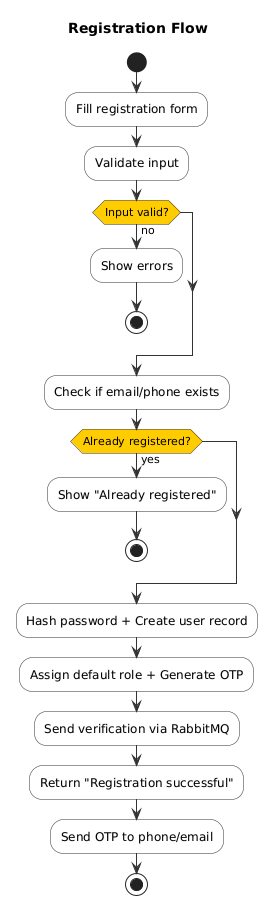
Before: modules/auth/images/activity/registration-activity.png, a diagram exported from PlantUML (namnh240795/document).
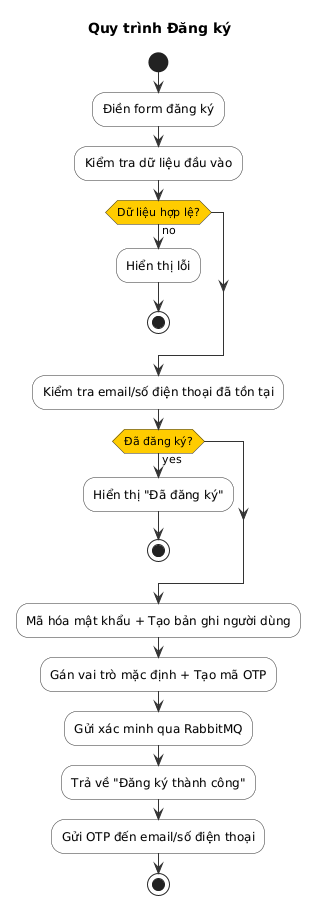
Above is the later version.

Diff of the diagram source:
```diff
@@ -8,35 +8,35 @@
   DiamondBorderColor #333333
 }
 
-title Registration Flow
+title Quy trình Đăng ký
 
 start
 
-:Fill registration form;
+:Điền form đăng ký;
 
-:Validate input;
+:Kiểm tra dữ liệu đầu vào;
 
-if (Input valid?) then (no)
-  :Show errors;
+if (Dữ liệu hợp lệ?) then (no)
+  :Hiển thị lỗi;
   stop
 endif
 
-:Check if email/phone exists;
+:Kiểm tra email/số điện thoại đã tồn tại;
 
-if (Already registered?) then (yes)
-  :Show "Already registered";
+if (Đã đăng ký?) then (yes)
+  :Hiển thị "Đã đăng ký";
   stop
 endif
 
-:Hash password + Create user record;
+:Mã hóa mật khẩu + Tạo bản ghi người dùng;
 
-:Assign default role + Generate OTP;
+:Gán vai trò mặc định + Tạo mã OTP;
 
-:Send verification via RabbitMQ;
+:Gửi xác minh qua RabbitMQ;
 
-:Return "Registration successful";
+:Trả về "Đăng ký thành công";
 
-:Send OTP to phone/email;
+:Gửi OTP đến email/số điện thoại;
 
 stop
 
```
